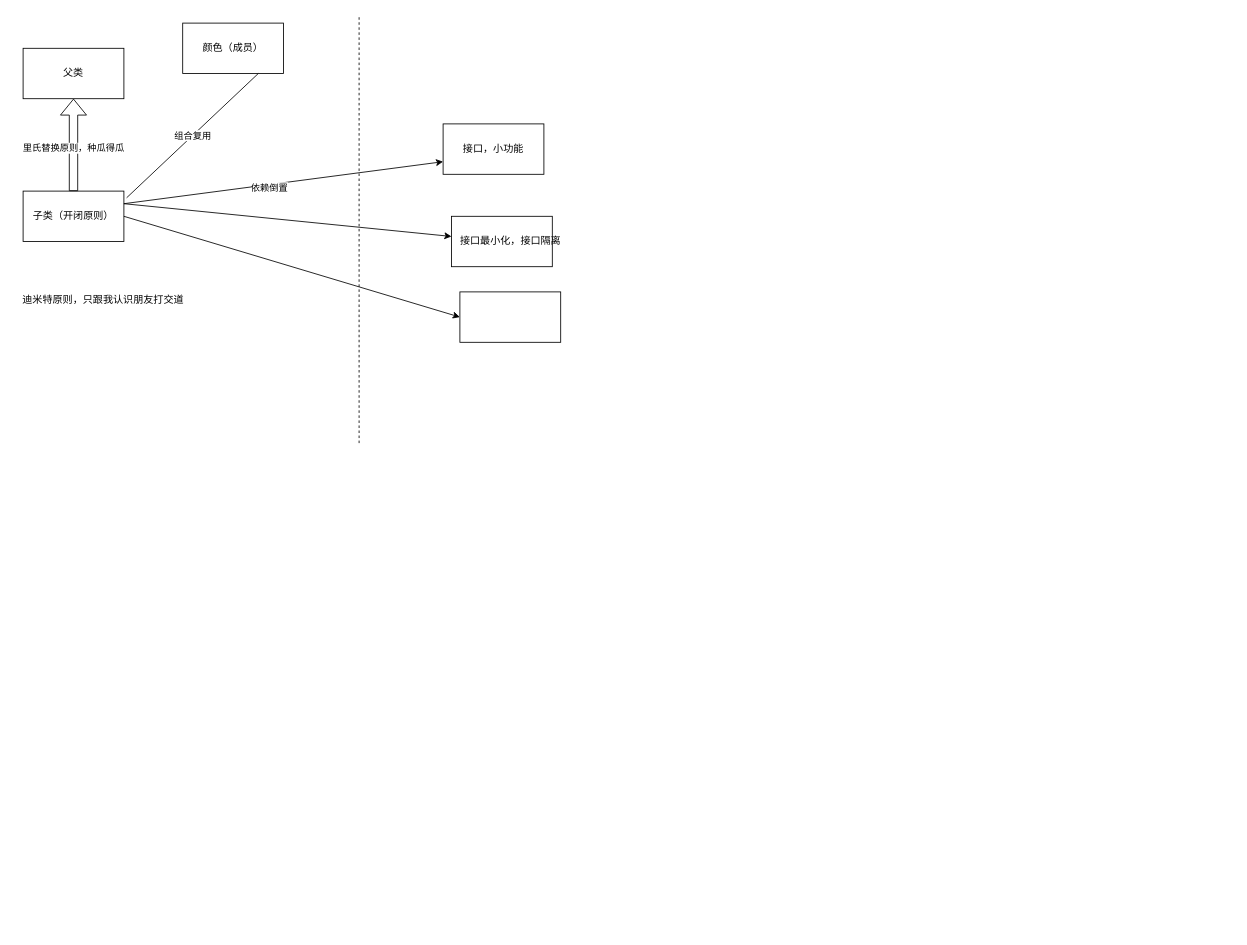
zcwfeng/zcw_android_demo keeps this draw.io diagram as page "设计原则" (4 of 8) of docs/android_架构.drawio. Above is the earlier version. Source tidied: cells renumbered, new cells numbered last; positions are measured from the earlier drawing's top-left corner, leaving out a move shared by most shapes. Both pictures are drawn from the tidied source at 84%, with x=0, y=0 at pixel (14, 14).
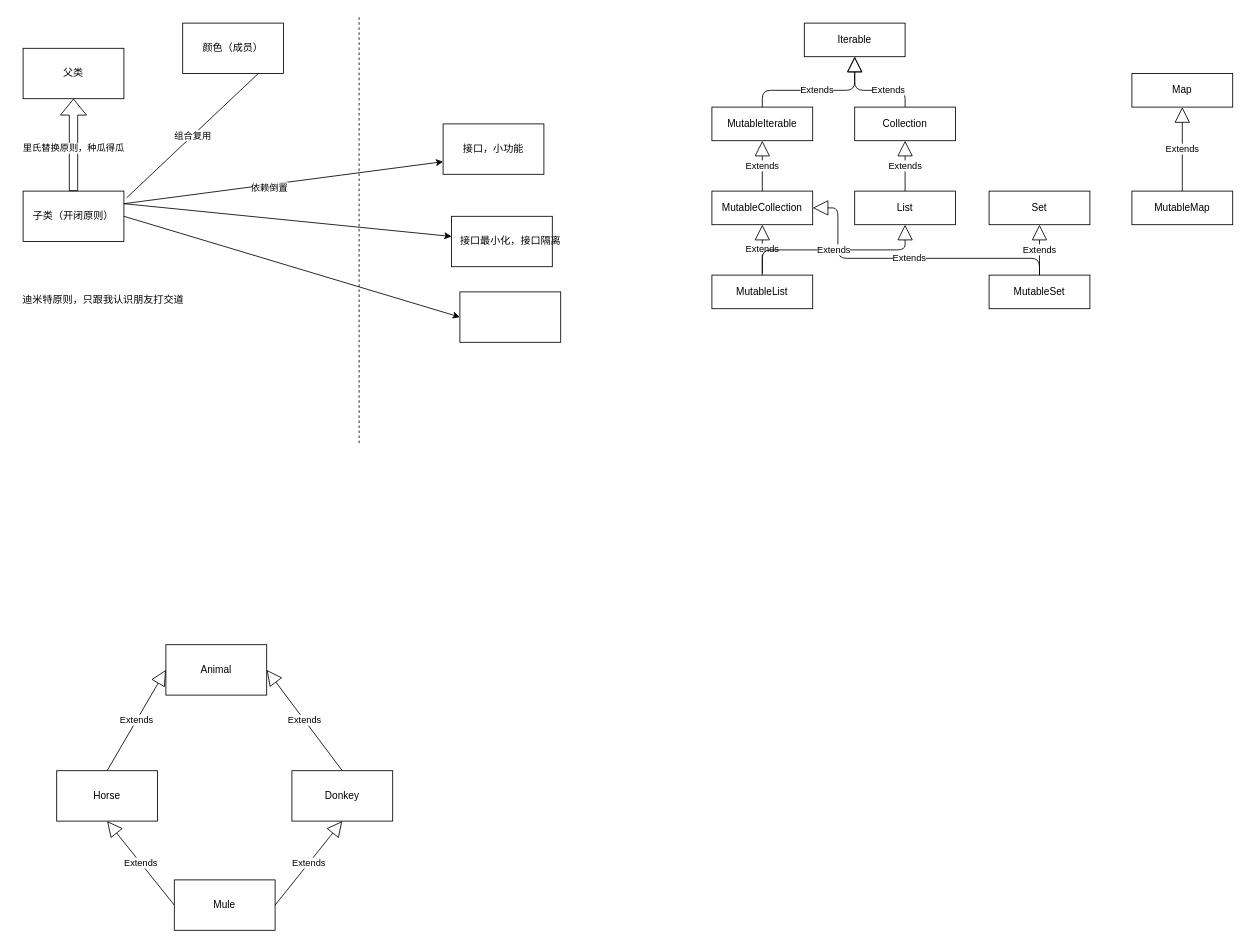
The same diagram, later.

The edit, as a diff of the source:
```diff
@@
+    <mxCell id="18" style="group;" parent="1" vertex="1">
+      <mxGeometry x="50" y="750" width="400" height="340" as="geometry" />
+    </mxCell>
+    <mxCell id="19" value="Animal" style="rounded=0;whiteSpace=wrap;html=1;" parent="18" vertex="1">
+      <mxGeometry x="130" width="120" height="60" as="geometry" />
+    </mxCell>
+    <mxCell id="20" value="Horse" style="rounded=0;whiteSpace=wrap;html=1;" parent="18" vertex="1">
+      <mxGeometry y="150" width="120" height="60" as="geometry" />
+    </mxCell>
+    <mxCell id="21" value="Donkey" style="rounded=0;whiteSpace=wrap;html=1;" parent="18" vertex="1">
+      <mxGeometry x="280" y="150" width="120" height="60" as="geometry" />
+    </mxCell>
+    <mxCell id="22" value="Mule" style="rounded=0;whiteSpace=wrap;html=1;" parent="18" vertex="1">
+      <mxGeometry x="140" y="280" width="120" height="60" as="geometry" />
+    </mxCell>
+    <mxCell id="23" value="Extends" style="endArrow=block;endSize=16;endFill=0;html=1;exitX=0;exitY=0.5;exitDx=0;exitDy=0;entryX=0.5;entryY=1;entryDx=0;entryDy=0;" parent="18" edge="1" source="22" target="20">
+      <mxGeometry relative="1" as="geometry" />
+    </mxCell>
+    <mxCell id="24" value="Extends" style="endArrow=block;endSize=16;endFill=0;html=1;exitX=1;exitY=0.5;exitDx=0;exitDy=0;entryX=0.5;entryY=1;entryDx=0;entryDy=0;" parent="18" edge="1" source="22" target="21">
+      <mxGeometry relative="1" as="geometry" />
+    </mxCell>
+    <mxCell id="25" value="Extends" style="endArrow=block;endSize=16;endFill=0;html=1;exitX=0.5;exitY=0;exitDx=0;exitDy=0;entryX=0;entryY=0.5;entryDx=0;entryDy=0;" parent="18" edge="1" source="20" target="19">
+      <mxGeometry relative="1" as="geometry" />
+    </mxCell>
+    <mxCell id="26" value="Extends" style="endArrow=block;endSize=16;endFill=0;html=1;exitX=0.5;exitY=0;exitDx=0;exitDy=0;entryX=1;entryY=0.5;entryDx=0;entryDy=0;" parent="18" edge="1" source="21" target="19">
+      <mxGeometry relative="1" as="geometry" />
+    </mxCell>
+    <mxCell id="27" style="group;" parent="1" vertex="1">
+      <mxGeometry x="830" y="10" width="620" height="340" as="geometry" />
+    </mxCell>
+    <mxCell id="28" value="Iterable" style="rounded=0;whiteSpace=wrap;html=1;" parent="27" vertex="1">
+      <mxGeometry x="110" width="120" height="40" as="geometry" />
+    </mxCell>
+    <mxCell id="29" value="MutableIterable" style="rounded=0;whiteSpace=wrap;html=1;" parent="27" vertex="1">
+      <mxGeometry y="100" width="120" height="40" as="geometry" />
+    </mxCell>
+    <mxCell id="30" value="MutableCollection" style="rounded=0;whiteSpace=wrap;html=1;" parent="27" vertex="1">
+      <mxGeometry y="200" width="120" height="40" as="geometry" />
+    </mxCell>
+    <mxCell id="31" value="MutableList" style="rounded=0;whiteSpace=wrap;html=1;" parent="27" vertex="1">
+      <mxGeometry y="300" width="120" height="40" as="geometry" />
+    </mxCell>
+    <mxCell id="32" value="MutableMap" style="rounded=0;whiteSpace=wrap;html=1;" parent="27" vertex="1">
+      <mxGeometry x="500" y="200" width="120" height="40" as="geometry" />
+    </mxCell>
+    <mxCell id="33" value="Map" style="rounded=0;whiteSpace=wrap;html=1;" parent="27" vertex="1">
+      <mxGeometry x="500" y="60" width="120" height="40" as="geometry" />
+    </mxCell>
+    <mxCell id="34" value="MutableSet" style="rounded=0;whiteSpace=wrap;html=1;" parent="27" vertex="1">
+      <mxGeometry x="330" y="300" width="120" height="40" as="geometry" />
+    </mxCell>
+    <mxCell id="35" value="Set" style="rounded=0;whiteSpace=wrap;html=1;" parent="27" vertex="1">
+      <mxGeometry x="330" y="200" width="120" height="40" as="geometry" />
+    </mxCell>
+    <mxCell id="36" value="List" style="rounded=0;whiteSpace=wrap;html=1;" parent="27" vertex="1">
+      <mxGeometry x="170" y="200" width="120" height="40" as="geometry" />
+    </mxCell>
+    <mxCell id="37" value="Collection" style="rounded=0;whiteSpace=wrap;html=1;" parent="27" vertex="1">
+      <mxGeometry x="170" y="100" width="120" height="40" as="geometry" />
+    </mxCell>
+    <mxCell id="38" value="Extends" style="endArrow=block;endSize=16;endFill=0;html=1;exitX=0.5;exitY=0;exitDx=0;exitDy=0;entryX=0.5;entryY=1;entryDx=0;entryDy=0;" parent="27" edge="1" source="29" target="28">
+      <mxGeometry relative="1" as="geometry">
+        <Array as="points">
+          <mxPoint x="60" y="80" />
+          <mxPoint x="170" y="80" />
+        </Array>
+      </mxGeometry>
+    </mxCell>
+    <mxCell id="39" value="Extends" style="endArrow=block;endSize=16;endFill=0;html=1;entryX=0.5;entryY=1;entryDx=0;entryDy=0;exitX=0.5;exitY=0;exitDx=0;exitDy=0;" parent="27" edge="1" source="37" target="28">
+      <mxGeometry x="-0.33" relative="1" as="geometry">
+        <Array as="points">
+          <mxPoint x="230" y="80" />
+          <mxPoint x="170" y="80" />
+        </Array>
+      </mxGeometry>
+    </mxCell>
+    <mxCell id="40" value="Extends" style="endArrow=block;endSize=16;endFill=0;html=1;entryX=0.5;entryY=1;entryDx=0;entryDy=0;exitX=0.5;exitY=0;exitDx=0;exitDy=0;" parent="27" edge="1" source="36" target="37">
+      <mxGeometry relative="1" as="geometry" />
+    </mxCell>
+    <mxCell id="41" value="Extends" style="endArrow=block;endSize=16;endFill=0;html=1;entryX=0.5;entryY=1;entryDx=0;entryDy=0;exitX=0.5;exitY=0;exitDx=0;exitDy=0;" parent="27" edge="1" source="30" target="29">
+      <mxGeometry relative="1" as="geometry" />
+    </mxCell>
+    <mxCell id="42" value="Extends" style="endArrow=block;endSize=16;endFill=0;html=1;entryX=0.5;entryY=1;entryDx=0;entryDy=0;" parent="27" edge="1" target="30">
+      <mxGeometry relative="1" as="geometry">
+        <mxPoint x="60" y="298" as="sourcePoint" />
+      </mxGeometry>
+    </mxCell>
+    <mxCell id="43" value="Extends" style="endArrow=block;endSize=16;endFill=0;html=1;entryX=1;entryY=0.5;entryDx=0;entryDy=0;exitX=0.5;exitY=0;exitDx=0;exitDy=0;" parent="27" edge="1" source="34" target="30">
+      <mxGeometry relative="1" as="geometry">
+        <Array as="points">
+          <mxPoint x="390" y="280" />
+          <mxPoint x="150" y="280" />
+          <mxPoint x="150" y="220" />
+        </Array>
+      </mxGeometry>
+    </mxCell>
+    <mxCell id="44" value="Extends" style="endArrow=block;endSize=16;endFill=0;html=1;entryX=0.5;entryY=1;entryDx=0;entryDy=0;" parent="27" edge="1" target="35">
+      <mxGeometry relative="1" as="geometry">
+        <mxPoint x="390" y="300" as="sourcePoint" />
+      </mxGeometry>
+    </mxCell>
+    <mxCell id="45" value="Extends" style="endArrow=block;endSize=16;endFill=0;html=1;entryX=0.5;entryY=1;entryDx=0;entryDy=0;exitX=0.5;exitY=0;exitDx=0;exitDy=0;" parent="27" edge="1" source="31" target="36">
+      <mxGeometry relative="1" as="geometry">
+        <Array as="points">
+          <mxPoint x="60" y="270" />
+          <mxPoint x="230" y="270" />
+        </Array>
+      </mxGeometry>
+    </mxCell>
+    <mxCell id="46" value="Extends" style="endArrow=block;endSize=16;endFill=0;html=1;entryX=0.5;entryY=1;entryDx=0;entryDy=0;" parent="27" edge="1" source="32" target="33">
+      <mxGeometry relative="1" as="geometry" />
+    </mxCell>
```
